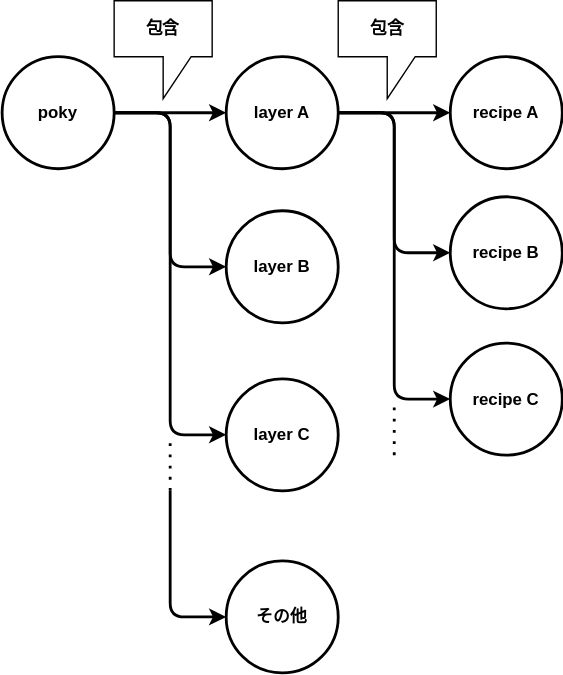
Before: manual/docs/images/poky-layer-recipe.drawio.svg, a diagram exported from draw.io (AngryMane/yocto-learning). Source tidied: cells renumbered, new cells last; positions are measured from the earlier drawing's top-left corner, leaving out a move shared by most shapes.
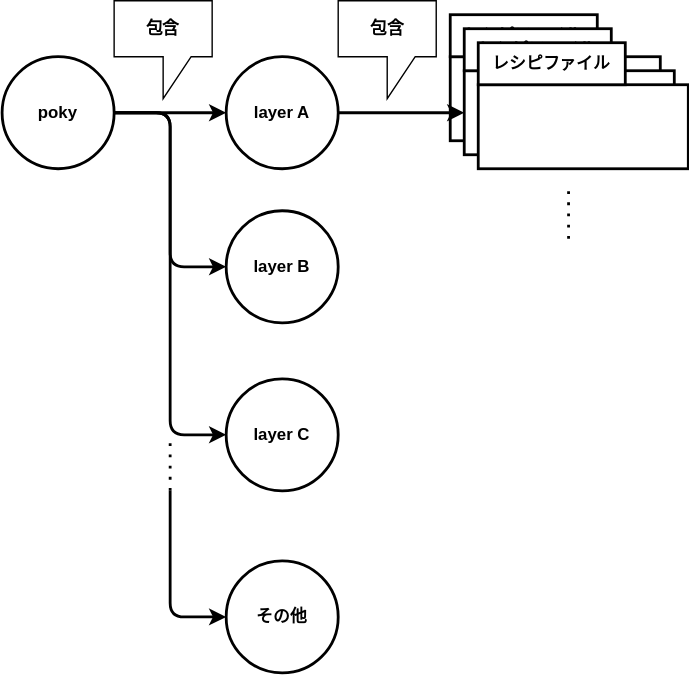
After the commit.

Change to the diagram source:
```diff
@@ -14,15 +14,6 @@
     <mxCell id="5" value="poky" style="ellipse;whiteSpace=wrap;html=1;fontStyle=1;strokeWidth=2;" parent="1" vertex="1">
       <mxGeometry y="40" width="80" height="80" as="geometry" />
     </mxCell>
-    <mxCell id="6" style="edgeStyle=orthogonalEdgeStyle;curved=1;html=1;exitX=1;exitY=0.5;exitDx=0;exitDy=0;entryX=0;entryY=0.5;entryDx=0;entryDy=0;fontSize=12;strokeWidth=2;" parent="1" edge="1" source="9" target="12">
-      <mxGeometry relative="1" as="geometry" />
-    </mxCell>
-    <mxCell id="7" style="edgeStyle=orthogonalEdgeStyle;html=1;exitX=1;exitY=0.5;exitDx=0;exitDy=0;entryX=0;entryY=0.5;entryDx=0;entryDy=0;fontSize=12;strokeWidth=2;" parent="1" edge="1" source="9" target="13">
-      <mxGeometry relative="1" as="geometry" />
-    </mxCell>
-    <mxCell id="8" style="edgeStyle=orthogonalEdgeStyle;html=1;exitX=1;exitY=0.5;exitDx=0;exitDy=0;entryX=0;entryY=0.5;entryDx=0;entryDy=0;fontSize=12;strokeWidth=2;" parent="1" edge="1" source="9" target="14">
-      <mxGeometry relative="1" as="geometry" />
-    </mxCell>
     <mxCell id="9" value="layer A" style="ellipse;whiteSpace=wrap;html=1;fontStyle=1;strokeWidth=2;" parent="1" vertex="1">
       <mxGeometry x="160" y="40" width="80" height="80" as="geometry" />
     </mxCell>
@@ -32,15 +23,6 @@
     <mxCell id="11" value="layer C" style="ellipse;whiteSpace=wrap;html=1;fontStyle=1;strokeWidth=2;" parent="1" vertex="1">
       <mxGeometry x="160" y="270" width="80" height="80" as="geometry" />
     </mxCell>
-    <mxCell id="12" value="recipe A" style="ellipse;whiteSpace=wrap;html=1;fontStyle=1;strokeWidth=2;" parent="1" vertex="1">
-      <mxGeometry x="320" y="40" width="80" height="80" as="geometry" />
-    </mxCell>
-    <mxCell id="13" value="recipe B" style="ellipse;whiteSpace=wrap;html=1;fontStyle=1;strokeWidth=2;" parent="1" vertex="1">
-      <mxGeometry x="320" y="140" width="80" height="80" as="geometry" />
-    </mxCell>
-    <mxCell id="14" value="recipe C" style="ellipse;whiteSpace=wrap;html=1;fontStyle=1;strokeWidth=2;" parent="1" vertex="1">
-      <mxGeometry x="320" y="244.5" width="80" height="80" as="geometry" />
-    </mxCell>
     <mxCell id="15" value="包含" style="shape=callout;whiteSpace=wrap;html=1;perimeter=calloutPerimeter;fontStyle=1;fontSize=12;" parent="1" vertex="1">
       <mxGeometry x="80" width="70" height="70" as="geometry" />
     </mxCell>
@@ -55,8 +37,8 @@
     </mxCell>
     <mxCell id="18" style="endArrow=none;dashed=1;html=1;dashPattern=1 3;strokeWidth=2;fontSize=12;" parent="1" edge="1">
       <mxGeometry relative="1" as="geometry">
-        <mxPoint x="280" y="324.5" as="sourcePoint" />
-        <mxPoint x="280" y="284.5" as="targetPoint" />
+        <mxPoint x="404.5" y="170" as="sourcePoint" />
+        <mxPoint x="404.5" y="130" as="targetPoint" />
       </mxGeometry>
     </mxCell>
     <mxCell id="19" value="その他" style="ellipse;whiteSpace=wrap;html=1;fontStyle=1;strokeWidth=2;" parent="1" vertex="1">
@@ -70,5 +52,35 @@
         </Array>
       </mxGeometry>
     </mxCell>
+    <mxCell id="21" style="group;" parent="1" vertex="1">
+      <mxGeometry x="320" y="10" width="150" height="90" as="geometry" />
+    </mxCell>
+    <mxCell id="22" style="rounded=0;whiteSpace=wrap;html=1;strokeWidth=2;" parent="21" vertex="1">
+      <mxGeometry y="30" width="150" height="60" as="geometry" />
+    </mxCell>
+    <mxCell id="23" value="レシピファイル" style="rounded=0;whiteSpace=wrap;html=1;fontStyle=1;strokeWidth=2;" parent="21" vertex="1">
+      <mxGeometry width="105" height="30" as="geometry" />
+    </mxCell>
+    <mxCell id="24" style="group;" parent="1" vertex="1">
+      <mxGeometry x="330" y="20" width="150" height="90" as="geometry" />
+    </mxCell>
+    <mxCell id="25" style="rounded=0;whiteSpace=wrap;html=1;strokeWidth=2;" parent="24" vertex="1">
+      <mxGeometry y="30" width="150" height="60" as="geometry" />
+    </mxCell>
+    <mxCell id="26" value="レシピファイル" style="rounded=0;whiteSpace=wrap;html=1;fontStyle=1;strokeWidth=2;" parent="24" vertex="1">
+      <mxGeometry width="105" height="30" as="geometry" />
+    </mxCell>
+    <mxCell id="27" style="group;" parent="1" vertex="1">
+      <mxGeometry x="340" y="30" width="150" height="90" as="geometry" />
+    </mxCell>
+    <mxCell id="28" style="rounded=0;whiteSpace=wrap;html=1;strokeWidth=2;" parent="27" vertex="1">
+      <mxGeometry y="30" width="150" height="60" as="geometry" />
+    </mxCell>
+    <mxCell id="29" value="レシピファイル" style="rounded=0;whiteSpace=wrap;html=1;fontStyle=1;strokeWidth=2;" parent="27" vertex="1">
+      <mxGeometry width="105" height="30" as="geometry" />
+    </mxCell>
+    <mxCell id="30" style="edgeStyle=none;html=1;exitX=1;exitY=0.5;exitDx=0;exitDy=0;entryX=0;entryY=0.5;entryDx=0;entryDy=0;strokeWidth=2;" parent="1" edge="1" source="9" target="25">
+      <mxGeometry relative="1" as="geometry" />
+    </mxCell>
   </root>
 </mxGraphModel>
```
